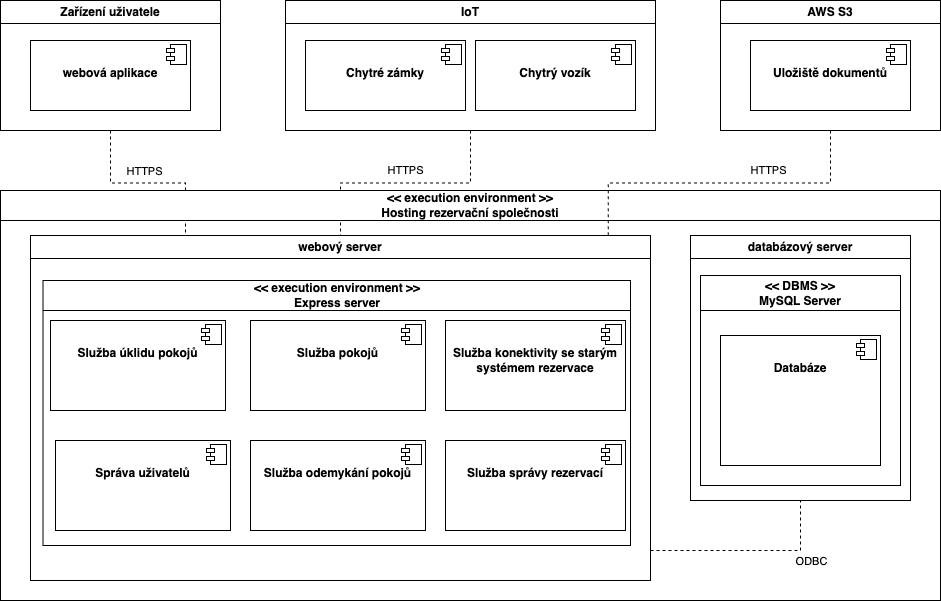
Before: documents/architectures/SOA/assets/deployment_diagram.png, a diagram exported from draw.io (strbavaclav/4IT575-SP). Source tidied: cells renumbered, new cells last; positions are measured from the earlier drawing's top-left corner, leaving out a move shared by most shapes.
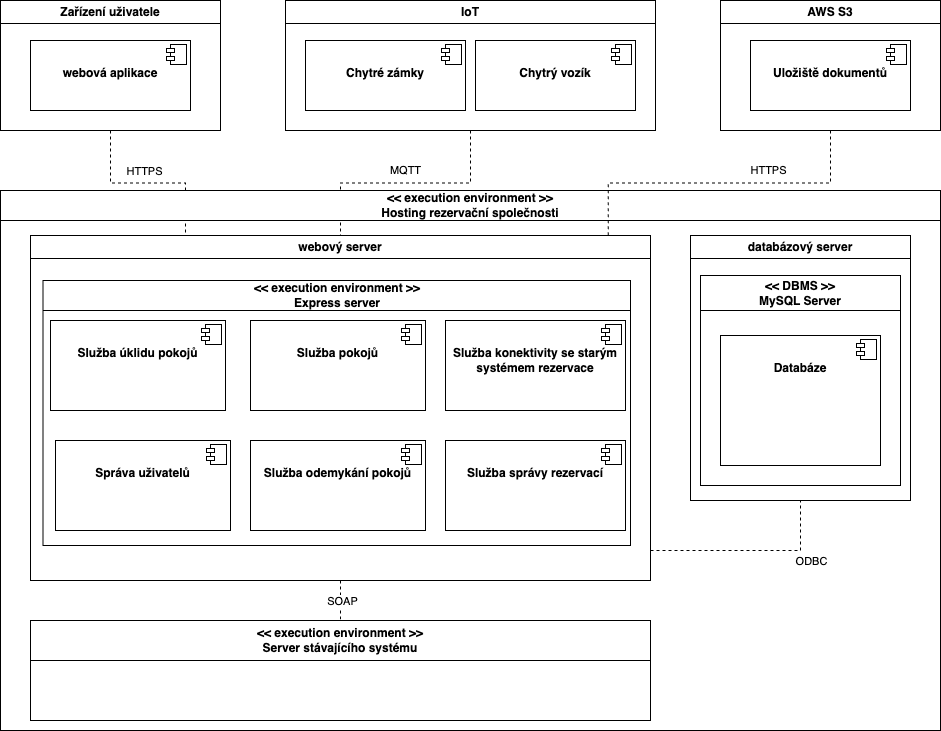
The same diagram one commit later.

What changed in the source:
```diff
@@ -16,7 +16,7 @@
     <mxCell id="5" style="edgeStyle=orthogonalEdgeStyle;rounded=0;jettySize=auto;html=1;exitX=0.5;exitY=1;exitDx=0;exitDy=0;endArrow=none;endFill=0;dashed=1;entryX=0.5;entryY=0;entryDx=0;entryDy=0;" parent="1" edge="1" source="7" target="20">
       <mxGeometry relative="1" as="geometry" />
     </mxCell>
-    <mxCell id="6" value="HTTPS" style="edgeLabel;html=1;align=center;verticalAlign=middle;" parent="5" vertex="1">
+    <mxCell id="6" value="MQTT" style="edgeLabel;html=1;align=center;verticalAlign=middle;" parent="5" vertex="1">
       <mxGeometry y="-2" relative="1" as="geometry">
         <mxPoint y="-11" as="offset" />
       </mxGeometry>
@@ -60,7 +60,7 @@
       </mxGeometry>
     </mxCell>
     <mxCell id="17" value="&amp;lt;&amp;lt; execution environment &amp;gt;&amp;gt;&lt;br&gt;Hosting rezervační společnosti" style="swimlane;whiteSpace=wrap;html=1;startSize=30;" parent="1" vertex="1">
-      <mxGeometry y="190" width="940" height="410" as="geometry" />
+      <mxGeometry y="190" width="940" height="540" as="geometry" />
     </mxCell>
     <mxCell id="18" style="edgeStyle=orthogonalEdgeStyle;rounded=0;jettySize=auto;html=1;exitX=1;exitY=1;exitDx=0;exitDy=0;entryX=0.5;entryY=1;entryDx=0;entryDy=0;endArrow=none;endFill=0;dashed=1;" parent="17" edge="1" source="20" target="34">
       <mxGeometry relative="1" as="geometry">
@@ -75,6 +75,12 @@
         <mxPoint x="14" y="11" as="offset" />
       </mxGeometry>
     </mxCell>
+    <mxCell id="40" style="edgeStyle=orthogonalEdgeStyle;rounded=0;jettySize=auto;html=1;exitX=0.5;exitY=1;exitDx=0;exitDy=0;entryX=0.5;entryY=0;entryDx=0;entryDy=0;endArrow=none;endFill=0;dashed=1;" parent="17" edge="1" source="20" target="42">
+      <mxGeometry relative="1" as="geometry" />
+    </mxCell>
+    <mxCell id="41" value="SOAP" style="edgeLabel;html=1;align=center;verticalAlign=middle;" parent="40" vertex="1">
+      <mxGeometry y="1" relative="1" as="geometry" />
+    </mxCell>
     <mxCell id="20" value="webový server" style="swimlane;whiteSpace=wrap;html=1;" parent="17" vertex="1">
       <mxGeometry x="30" y="45" width="620" height="345" as="geometry" />
     </mxCell>
@@ -143,6 +149,9 @@
         <mxPoint x="-24" y="4" as="offset" />
       </mxGeometry>
     </mxCell>
+    <mxCell id="42" value="&amp;lt;&amp;lt; execution environment &amp;gt;&amp;gt;&lt;br&gt;Server stávajícího systému" style="swimlane;whiteSpace=wrap;html=1;startSize=40;" parent="17" vertex="1">
+      <mxGeometry x="30" y="430" width="620" height="100" as="geometry" />
+    </mxCell>
     <mxCell id="38" style="edgeStyle=orthogonalEdgeStyle;rounded=0;jettySize=auto;html=1;exitX=0.5;exitY=1;exitDx=0;exitDy=0;entryX=0.932;entryY=0.003;entryDx=0;entryDy=0;entryPerimeter=0;endArrow=none;endFill=0;dashed=1;" parent="1" edge="1" source="2" target="20">
       <mxGeometry relative="1" as="geometry" />
     </mxCell>
```
